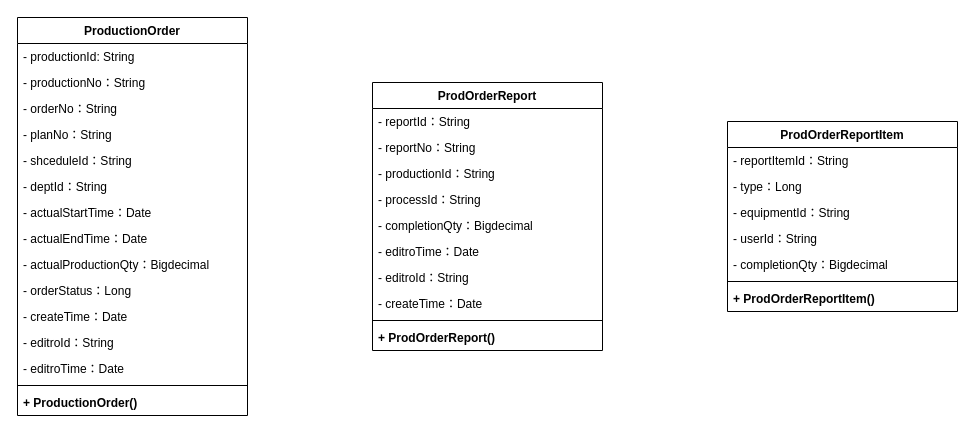
Earlier version of the draw.io diagram page "领料单" (1 of 2) of 类图.drawio (KNAI-I/test). Source tidied: cells renumbered, new cells numbered last; positions are measured from the earlier drawing's top-left corner, leaving out a move shared by most shapes. Both pictures are drawn from the tidied source at 100%, with x=0, y=0 at pixel (17, 17).
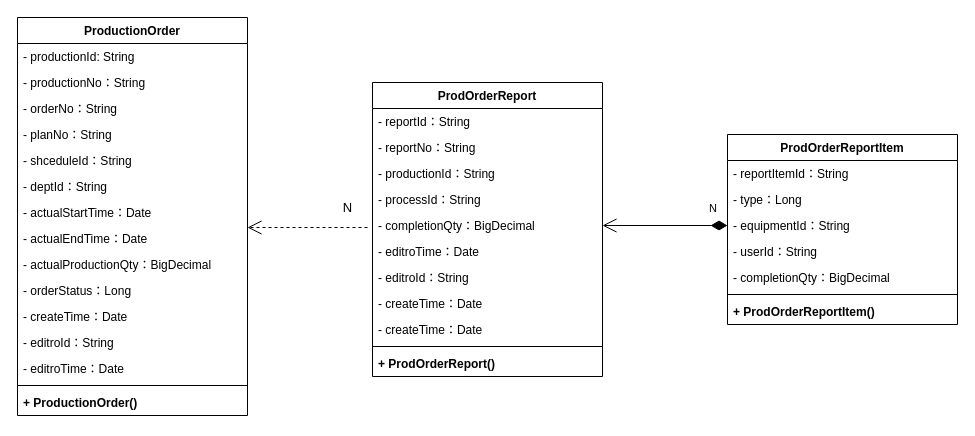
The same diagram, later.

Unchanged cells that the change refers to:
```xml
<mxCell id="2" value="ProductionOrder" style="swimlane;fontStyle=1;align=center;verticalAlign=top;horizontal=1;startSize=26;" parent="1" vertex="1">
  <mxGeometry width="230" height="398" as="geometry" />
</mxCell>
<mxCell id="32" value="- equipmentId：String" style="text;strokeColor=none;fillColor=none;align=left;verticalAlign=top;spacingLeft=4;spacingRight=4;overflow=hidden;points=[[0,0.5],[1,0.5]];portConstraint=eastwest;" parent="29" vertex="1">
  <mxGeometry y="78" width="230" height="26" as="geometry" />
</mxCell>
```

Change to the diagram source:
```diff
@@
-    <mxCell id="11" value="- actualProductionQty：Bigdecimal" style="text;strokeColor=none;fillColor=none;align=left;verticalAlign=top;spacingLeft=4;spacingRight=4;overflow=hidden;" parent="2" vertex="1">
+    <mxCell id="11" value="- actualProductionQty：BigDecimal" style="text;strokeColor=none;fillColor=none;align=left;verticalAlign=top;spacingLeft=4;spacingRight=4;overflow=hidden;" parent="2" vertex="1">
       <mxGeometry y="234" width="230" height="26" as="geometry" />
     </mxCell>
@@
     <mxCell id="18" value="ProdOrderReport" style="swimlane;fontStyle=1;align=center;verticalAlign=top;horizontal=1;startSize=26;" parent="1" vertex="1">
-      <mxGeometry x="355" y="65" width="230" height="268" as="geometry" />
+      <mxGeometry x="355" y="65" width="230" height="294" as="geometry" />
     </mxCell>
@@
-    <mxCell id="23" value="- completionQty：Bigdecimal" style="text;strokeColor=none;fillColor=none;align=left;verticalAlign=top;spacingLeft=4;spacingRight=4;overflow=hidden;points=[[0,0.5],[1,0.5]];portConstraint=eastwest;" parent="18" vertex="1">
+    <mxCell id="23" value="- completionQty：BigDecimal" style="text;strokeColor=none;fillColor=none;align=left;verticalAlign=top;spacingLeft=4;spacingRight=4;overflow=hidden;points=[[0,0.5],[1,0.5]];portConstraint=eastwest;" parent="18" vertex="1">
       <mxGeometry y="130" width="230" height="26" as="geometry" />
     </mxCell>
@@
+    <mxCell id="37" value="- createTime：Date" style="text;strokeColor=none;fillColor=none;align=left;verticalAlign=top;spacingLeft=4;spacingRight=4;overflow=hidden;" parent="18" vertex="1">
+      <mxGeometry y="234" width="230" height="26" as="geometry" />
+    </mxCell>
     <mxCell id="27" style="line;strokeWidth=1;fillColor=none;align=left;verticalAlign=middle;spacingTop=-1;spacingLeft=3;spacingRight=3;labelPosition=right;" parent="18" vertex="1">
-      <mxGeometry y="234" width="230" height="8" as="geometry" />
+      <mxGeometry y="260" width="230" height="8" as="geometry" />
     </mxCell>
     <mxCell id="28" value="+ ProdOrderReport()" style="text;strokeColor=none;fillColor=none;align=left;verticalAlign=top;spacingLeft=4;spacingRight=4;overflow=hidden;fontStyle=1;" parent="18" vertex="1">
-      <mxGeometry y="242" width="230" height="26" as="geometry" />
+      <mxGeometry y="268" width="230" height="26" as="geometry" />
     </mxCell>
     <mxCell id="29" value="ProdOrderReportItem" style="swimlane;fontStyle=1;align=center;verticalAlign=top;horizontal=1;startSize=26;" parent="1" vertex="1">
-      <mxGeometry x="710" y="104" width="230" height="190" as="geometry" />
+      <mxGeometry x="710" y="117" width="230" height="190" as="geometry" />
     </mxCell>
@@
-    <mxCell id="34" value="- completionQty：Bigdecimal" style="text;strokeColor=none;fillColor=none;align=left;verticalAlign=top;spacingLeft=4;spacingRight=4;overflow=hidden;" parent="29" vertex="1">
+    <mxCell id="34" value="- completionQty：BigDecimal" style="text;strokeColor=none;fillColor=none;align=left;verticalAlign=top;spacingLeft=4;spacingRight=4;overflow=hidden;" parent="29" vertex="1">
       <mxGeometry y="130" width="230" height="26" as="geometry" />
     </mxCell>
@@
+    <mxCell id="38" value="N" style="endArrow=open;html=1;endSize=12;startArrow=diamondThin;startSize=14;startFill=1;edgeStyle=orthogonalEdgeStyle;align=left;verticalAlign=bottom;rounded=0;exitX=0;exitY=0.5;exitDx=0;exitDy=0;" parent="1" edge="1" source="32" target="23">
+      <mxGeometry x="-0.68" y="-8" relative="1" as="geometry" />
+    </mxCell>
+    <mxCell id="39" value="N" style="endArrow=open;endSize=12;dashed=1;html=1;rounded=0;fontSize=13;" parent="1" edge="1">
+      <mxGeometry x="-0.67" y="-20" relative="1" as="geometry">
+        <mxPoint x="350" y="210" as="sourcePoint" />
+        <mxPoint x="230" y="210" as="targetPoint" />
+      </mxGeometry>
+    </mxCell>
```
